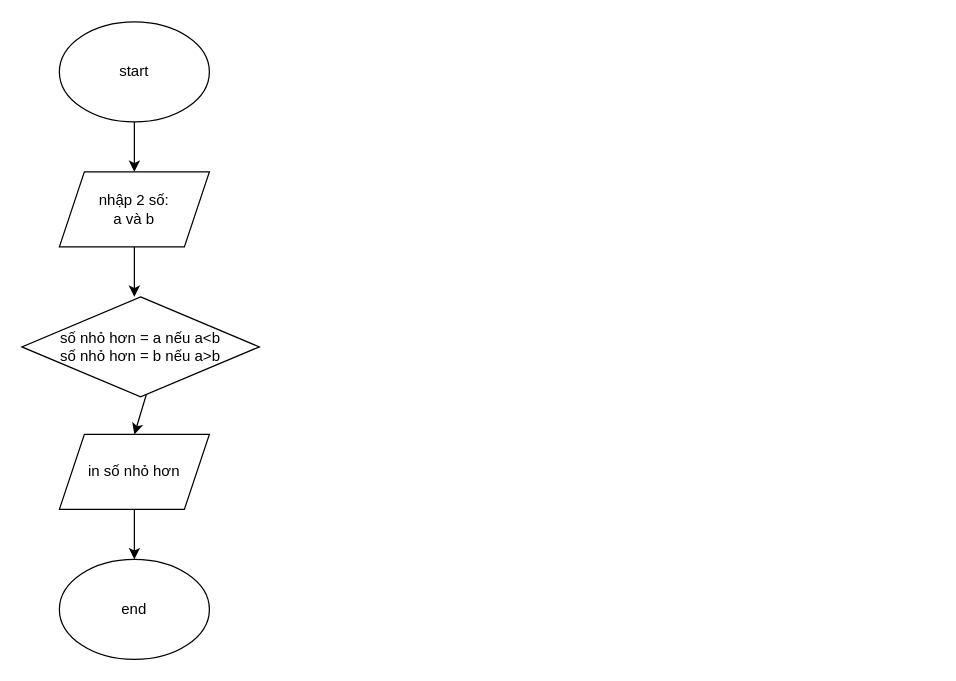
The draw.io diagram ss1 b1.drawio in dinhthanh143/C---SESSION-1, before the edit. Source tidied: cells renumbered, new cells numbered last; positions are measured from the earlier drawing's top-left corner, leaving out a move shared by most shapes. Both pictures are drawn from the tidied source at 125%, with x=0, y=0 at pixel (21, 21).
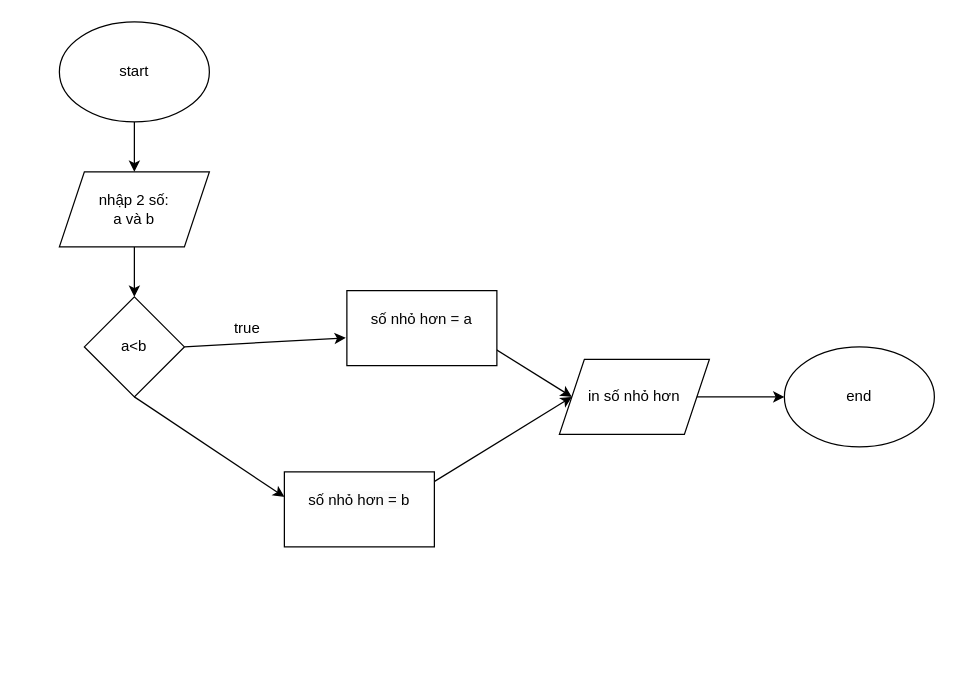
After the change.

The edit, as a diff of the source:
```diff
@@
-    <mxCell id="6" style="endArrow=classic;html=1;rounded=0;exitX=0.5;exitY=1;exitDx=0;exitDy=0;" parent="1" edge="1">
-      <mxGeometry relative="1" as="geometry">
-        <mxPoint x="105" y="280" as="sourcePoint" />
-        <mxPoint x="90" y="330" as="targetPoint" />
-      </mxGeometry>
-    </mxCell>
     <mxCell id="7" value="in số nhỏ hơn" style="shape=parallelogram;perimeter=parallelogramPerimeter;whiteSpace=wrap;html=1;fixedSize=1;" parent="1" vertex="1">
-      <mxGeometry x="30" y="330" width="120" height="60" as="geometry" />
+      <mxGeometry x="430" y="270" width="120" height="60" as="geometry" />
     </mxCell>
-    <mxCell id="8" style="endArrow=classic;html=1;rounded=0;exitX=0.5;exitY=1;exitDx=0;exitDy=0;" parent="1" edge="1" source="7" target="9">
+    <mxCell id="8" style="endArrow=classic;html=1;rounded=0;exitX=1;exitY=0.5;exitDx=0;exitDy=0;" parent="1" edge="1" source="7" target="9">
       <mxGeometry relative="1" as="geometry" />
     </mxCell>
     <mxCell id="9" value="end" style="ellipse;whiteSpace=wrap;html=1;" parent="1" vertex="1">
-      <mxGeometry x="30" y="430" width="120" height="80" as="geometry" />
+      <mxGeometry x="610" y="260" width="120" height="80" as="geometry" />
     </mxCell>
-    <mxCell id="10" value="&lt;br&gt;&lt;br&gt;&lt;br&gt;số nhỏ hơn = a nếu a&amp;lt;b&lt;br style=&quot;forced-color-adjust: none;&quot;&gt;số nhỏ hơn = b nếu a&amp;gt;b&lt;br style=&quot;forced-color-adjust: none;&quot;&gt;&lt;div style=&quot;forced-color-adjust: none;&quot;&gt;&lt;br style=&quot;forced-color-adjust: none; color: rgb(0, 0, 0); font-family: Helvetica; font-size: 12px; font-style: normal; font-variant-ligatures: normal; font-variant-caps: normal; font-weight: 400; letter-spacing: normal; orphans: 2; text-align: center; text-indent: 0px; text-transform: none; widows: 2; word-spacing: 0px; -webkit-text-stroke-width: 0px; white-space: normal; background-color: rgb(251, 251, 251); text-decoration-thickness: initial; text-decoration-style: initial; text-decoration-color: initial;&quot;&gt;&lt;br&gt;&lt;br&gt;&lt;/div&gt;" style="rhombus;whiteSpace=wrap;html=1;" parent="1" vertex="1">
-      <mxGeometry y="220" width="190" height="80" as="geometry" />
-    </mxCell>
+    <mxCell id="11" value="a&amp;lt;b" style="rhombus;whiteSpace=wrap;html=1;" parent="1" vertex="1">
+      <mxGeometry x="50" y="220" width="80" height="80" as="geometry" />
+    </mxCell>
+    <mxCell id="12" style="endArrow=classic;html=1;rounded=0;exitX=0.5;exitY=1;exitDx=0;exitDy=0;entryX=0;entryY=0.5;entryDx=0;entryDy=0;" parent="1" edge="1" source="11">
+      <mxGeometry relative="1" as="geometry">
+        <mxPoint x="210" y="380" as="targetPoint" />
+      </mxGeometry>
+    </mxCell>
+    <mxCell id="13" style="endArrow=classic;html=1;rounded=0;exitX=1;exitY=0.5;exitDx=0;exitDy=0;entryX=0;entryY=0.5;entryDx=0;entryDy=0;" parent="1" edge="1" target="7">
+      <mxGeometry relative="1" as="geometry">
+        <mxPoint x="310" y="380" as="sourcePoint" />
+      </mxGeometry>
+    </mxCell>
+    <mxCell id="14" style="endArrow=classic;html=1;rounded=0;exitX=1;exitY=0.5;exitDx=0;exitDy=0;entryX=0;entryY=0.5;entryDx=0;entryDy=0;" parent="1" edge="1" target="7">
+      <mxGeometry relative="1" as="geometry">
+        <mxPoint x="360" y="250" as="sourcePoint" />
+      </mxGeometry>
+    </mxCell>
+    <mxCell id="15" style="endArrow=classic;html=1;rounded=0;exitX=1;exitY=0.5;exitDx=0;exitDy=0;" parent="1" edge="1" source="11">
+      <mxGeometry relative="1" as="geometry">
+        <mxPoint x="259.1" y="252.8" as="targetPoint" />
+      </mxGeometry>
+    </mxCell>
+    <mxCell id="16" value="true" style="text;html=1;align=center;verticalAlign=middle;strokeColor=none;fillColor=none;" parent="1" vertex="1">
+      <mxGeometry x="160" y="230" width="40" height="30" as="geometry" />
+    </mxCell>
+    <mxCell id="17" value="&#10;&lt;span style=&quot;color: rgb(0, 0, 0); font-family: Helvetica; font-size: 12px; font-style: normal; font-variant-ligatures: normal; font-variant-caps: normal; font-weight: 400; letter-spacing: normal; orphans: 2; text-align: center; text-indent: 0px; text-transform: none; widows: 2; word-spacing: 0px; -webkit-text-stroke-width: 0px; white-space: normal; background-color: rgb(251, 251, 251); text-decoration-thickness: initial; text-decoration-style: initial; text-decoration-color: initial; display: inline !important; float: none;&quot;&gt;số nhỏ hơn = a&lt;/span&gt;&#10;&#10;" style="rounded=0;whiteSpace=wrap;html=1;" parent="1" vertex="1">
+      <mxGeometry x="260" y="215" width="120" height="60" as="geometry" />
+    </mxCell>
+    <mxCell id="18" value="&#10;&lt;br style=&quot;forced-color-adjust: none;&quot;&gt;&lt;span style=&quot;forced-color-adjust: none; color: rgb(0, 0, 0); font-family: Helvetica; font-size: 12px; font-style: normal; font-variant-ligatures: normal; font-variant-caps: normal; font-weight: 400; letter-spacing: normal; orphans: 2; text-align: center; text-indent: 0px; text-transform: none; widows: 2; word-spacing: 0px; -webkit-text-stroke-width: 0px; white-space: normal; background-color: rgb(251, 251, 251); text-decoration-thickness: initial; text-decoration-style: initial; text-decoration-color: initial; float: none; display: inline !important;&quot;&gt;số nhỏ hơn = b&lt;/span&gt;&lt;div style=&quot;forced-color-adjust: none;&quot;&gt;&lt;br style=&quot;forced-color-adjust: none; color: rgb(0, 0, 0); font-family: Helvetica; font-size: 12px; font-style: normal; font-variant-ligatures: normal; font-variant-caps: normal; font-weight: 400; letter-spacing: normal; orphans: 2; text-align: center; text-indent: 0px; text-transform: none; widows: 2; word-spacing: 0px; -webkit-text-stroke-width: 0px; white-space: normal; background-color: rgb(251, 251, 251); text-decoration-thickness: initial; text-decoration-style: initial; text-decoration-color: initial;&quot;&gt;&#10;&#10;&lt;/div&gt;" style="rounded=0;whiteSpace=wrap;html=1;" parent="1" vertex="1">
+      <mxGeometry x="210" y="360" width="120" height="60" as="geometry" />
+    </mxCell>
```
